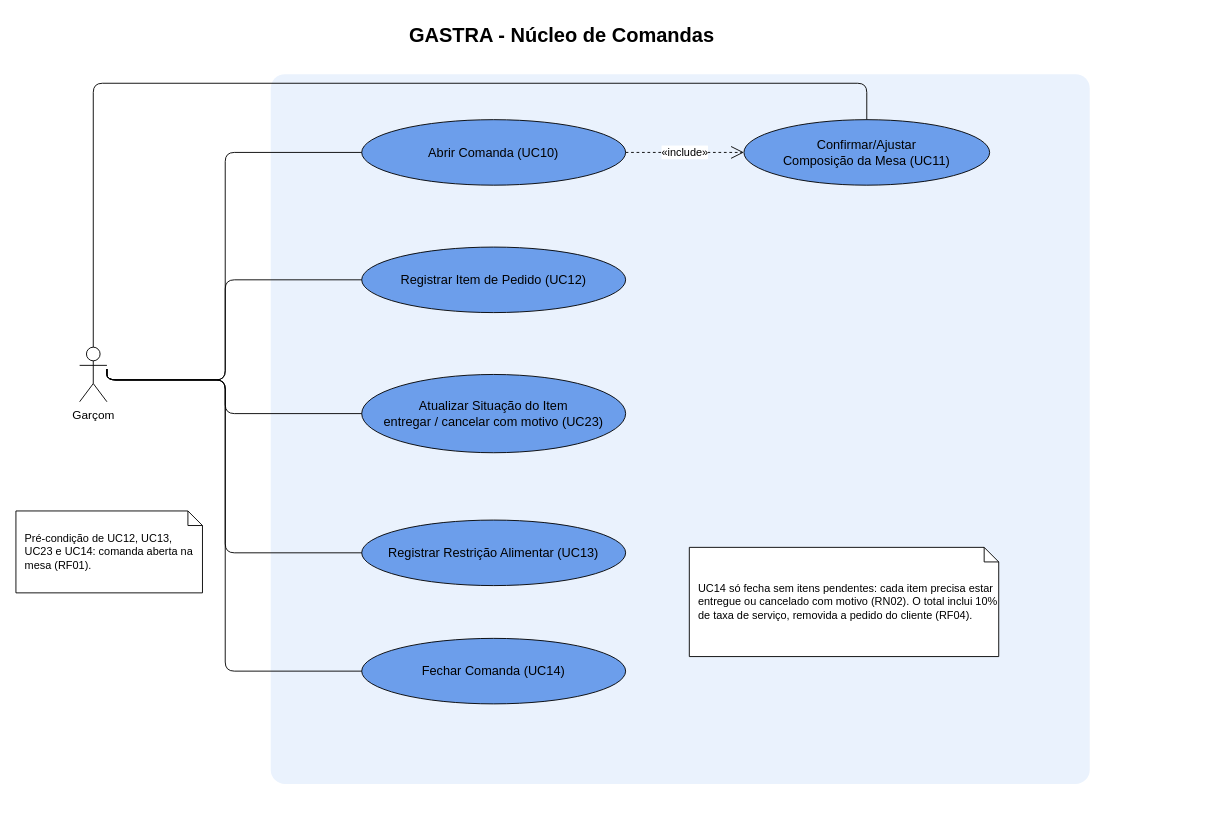
danih-vb/gastra-tg keeps this draw.io diagram as docs/diagramas/_fontes/GASTRA_UC_NucleoComandas.drawio. Above is the earlier version. Source tidied: cells renumbered, new cells numbered last; positions are measured from the earlier drawing's top-left corner, leaving out a move shared by most shapes. Both pictures are drawn from the tidied source at 91%, with x=0, y=0 at pixel (15, 15).
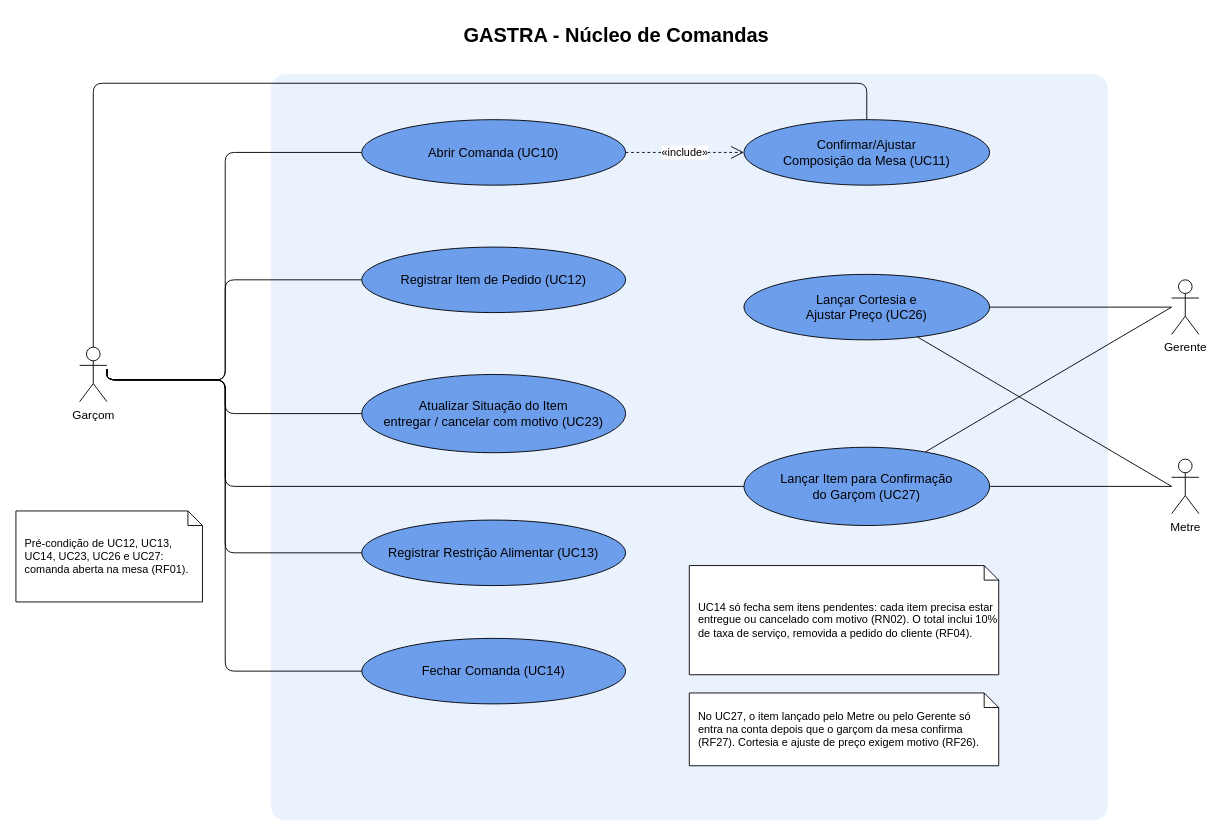
Above is the later version.

The change refers to these unchanged cells:
```xml
<mxCell id="4" value="Garçom" style="shape=umlActor;verticalLabelPosition=bottom;verticalAlign=top;html=1;outlineConnect=0;fontSize=13;" parent="1" vertex="1">
  <mxGeometry x="70" y="364" width="30" height="60" as="geometry" />
</mxCell>
```

Diff of the diagram source:
```diff
@@
     <mxCell id="2" value="GASTRA - Núcleo de Comandas" style="text;html=1;align=center;verticalAlign=middle;whiteSpace=wrap;fontSize=22;fontStyle=1;" parent="1" vertex="1">
-      <mxGeometry x="10" width="1180" height="44" as="geometry" />
+      <mxGeometry x="10" width="1300" height="44" as="geometry" />
     </mxCell>
     <mxCell id="3" style="rounded=1;arcSize=2;whiteSpace=wrap;html=1;fillColor=#eaf2fd;strokeColor=none;" parent="1" vertex="1">
-      <mxGeometry x="280" y="64" width="900" height="780" as="geometry" />
+      <mxGeometry x="280" y="64" width="920" height="820" as="geometry" />
     </mxCell>
@@
-    <mxCell id="17" value="Pré-condição de UC12, UC13, UC23 e UC14: comanda aberta na mesa (RF01)." style="shape=note;size=16;whiteSpace=wrap;html=1;align=left;spacingLeft=8;fillColor=#ffffff;strokeColor=#000000;fontSize=12;" parent="1" vertex="1">
-      <mxGeometry y="544" width="205" height="90" as="geometry" />
+    <mxCell id="17" value="Pré-condição de UC12, UC13, UC14, UC23, UC26 e UC27: comanda aberta na mesa (RF01)." style="shape=note;size=16;whiteSpace=wrap;html=1;align=left;spacingLeft=8;fillColor=#ffffff;strokeColor=#000000;fontSize=12;" parent="1" vertex="1">
+      <mxGeometry y="544" width="205" height="100" as="geometry" />
     </mxCell>
     <mxCell id="18" value="UC14 só fecha sem itens pendentes: cada item precisa estar entregue ou cancelado com motivo (RN02). O total inclui 10% de taxa de serviço, removida a pedido do cliente (RF04)." style="shape=note;size=16;whiteSpace=wrap;html=1;align=left;spacingLeft=8;fillColor=#ffffff;strokeColor=#000000;fontSize=12;" parent="1" vertex="1">
-      <mxGeometry x="740" y="584" width="340" height="120" as="geometry" />
+      <mxGeometry x="740" y="604" width="340" height="120" as="geometry" />
     </mxCell>
@@
+    <mxCell id="20" value="Lançar Cortesia e&lt;br&gt;Ajustar Preço (UC26)" style="rounded=0;whiteSpace=wrap;html=1;ellipse;fillColor=#6c9eeb;strokeColor=#000000;fontColor=#000000;fontSize=14;verticalAlign=middle;" parent="1" vertex="1">
+      <mxGeometry x="800" y="284" width="270" height="72" as="geometry" />
+    </mxCell>
+    <mxCell id="21" value="Lançar Item para Confirmação&lt;br&gt;do Garçom (UC27)" style="rounded=0;whiteSpace=wrap;html=1;ellipse;fillColor=#6c9eeb;strokeColor=#000000;fontColor=#000000;fontSize=14;verticalAlign=middle;" parent="1" vertex="1">
+      <mxGeometry x="800" y="474" width="270" height="86" as="geometry" />
+    </mxCell>
+    <mxCell id="22" value="Gerente" style="shape=umlActor;verticalLabelPosition=bottom;verticalAlign=top;html=1;outlineConnect=0;fontSize=13;" parent="1" vertex="1">
+      <mxGeometry x="1270" y="290" width="30" height="60" as="geometry" />
+    </mxCell>
+    <mxCell id="23" value="Metre" style="shape=umlActor;verticalLabelPosition=bottom;verticalAlign=top;html=1;outlineConnect=0;fontSize=13;" parent="1" vertex="1">
+      <mxGeometry x="1270" y="487" width="30" height="60" as="geometry" />
+    </mxCell>
+    <mxCell id="24" style="rounded=0;html=1;endArrow=none;strokeColor=#000000;exitX=0;exitY=0.5;exitDx=0;exitDy=0;" parent="1" edge="1" source="22" target="20">
+      <mxGeometry relative="1" as="geometry" />
+    </mxCell>
+    <mxCell id="25" style="rounded=0;html=1;endArrow=none;strokeColor=#000000;exitX=0;exitY=0.5;exitDx=0;exitDy=0;" parent="1" edge="1" source="22" target="21">
+      <mxGeometry relative="1" as="geometry" />
+    </mxCell>
+    <mxCell id="26" style="rounded=0;html=1;endArrow=none;strokeColor=#000000;exitX=0;exitY=0.5;exitDx=0;exitDy=0;" parent="1" edge="1" source="23" target="20">
+      <mxGeometry relative="1" as="geometry" />
+    </mxCell>
+    <mxCell id="27" style="rounded=0;html=1;endArrow=none;strokeColor=#000000;exitX=0;exitY=0.5;exitDx=0;exitDy=0;" parent="1" edge="1" source="23" target="21">
+      <mxGeometry relative="1" as="geometry" />
+    </mxCell>
+    <mxCell id="28" style="edgeStyle=orthogonalEdgeStyle;rounded=1;html=1;endArrow=none;strokeColor=#000000;exitX=1;exitY=0.4;exitDx=0;exitDy=0;entryX=0;entryY=0.5;entryDx=0;entryDy=0;" parent="1" edge="1" source="4" target="21">
+      <mxGeometry relative="1" as="geometry">
+        <Array as="points">
+          <mxPoint x="230" y="400" />
+          <mxPoint x="230" y="517" />
+        </Array>
+      </mxGeometry>
+    </mxCell>
+    <mxCell id="29" value="No UC27, o item lançado pelo Metre ou pelo Gerente só entra na conta depois que o garçom da mesa confirma (RF27). Cortesia e ajuste de preço exigem motivo (RF26)." style="shape=note;size=16;whiteSpace=wrap;html=1;align=left;spacingLeft=8;fillColor=#ffffff;strokeColor=#000000;fontSize=12;" parent="1" vertex="1">
+      <mxGeometry x="740" y="744" width="340" height="80" as="geometry" />
+    </mxCell>
```
